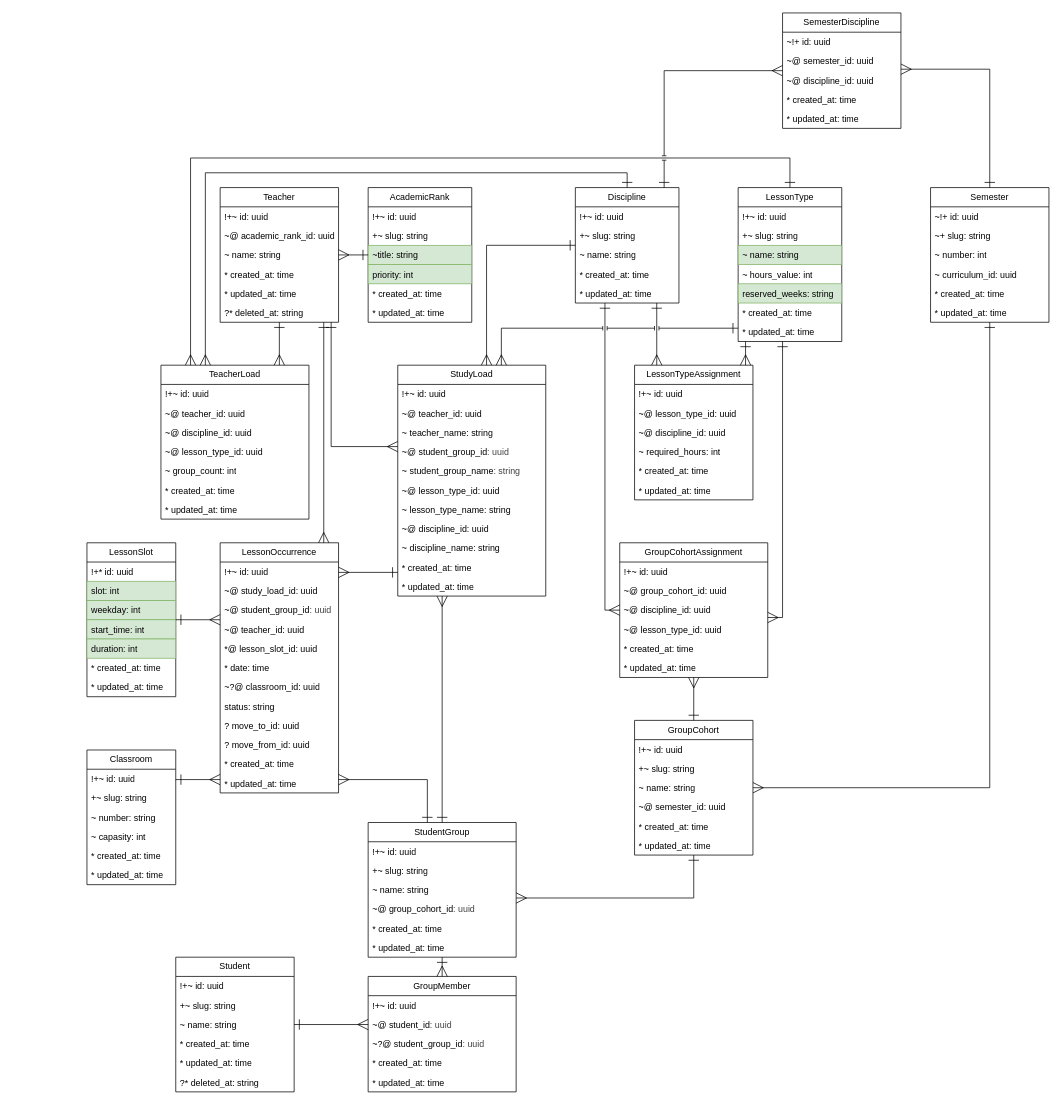
The draw.io diagram page "Schedule" (5 of 12) of docs/entity_relationship.drawio in IrusHunter/duckademic, before the edit. Source tidied: cells renumbered, new cells numbered last; positions are measured from the earlier drawing's top-left corner, leaving out a move shared by most shapes. Both pictures are drawn from the tidied source at 74%, with x=0, y=0 at pixel (87, 13).
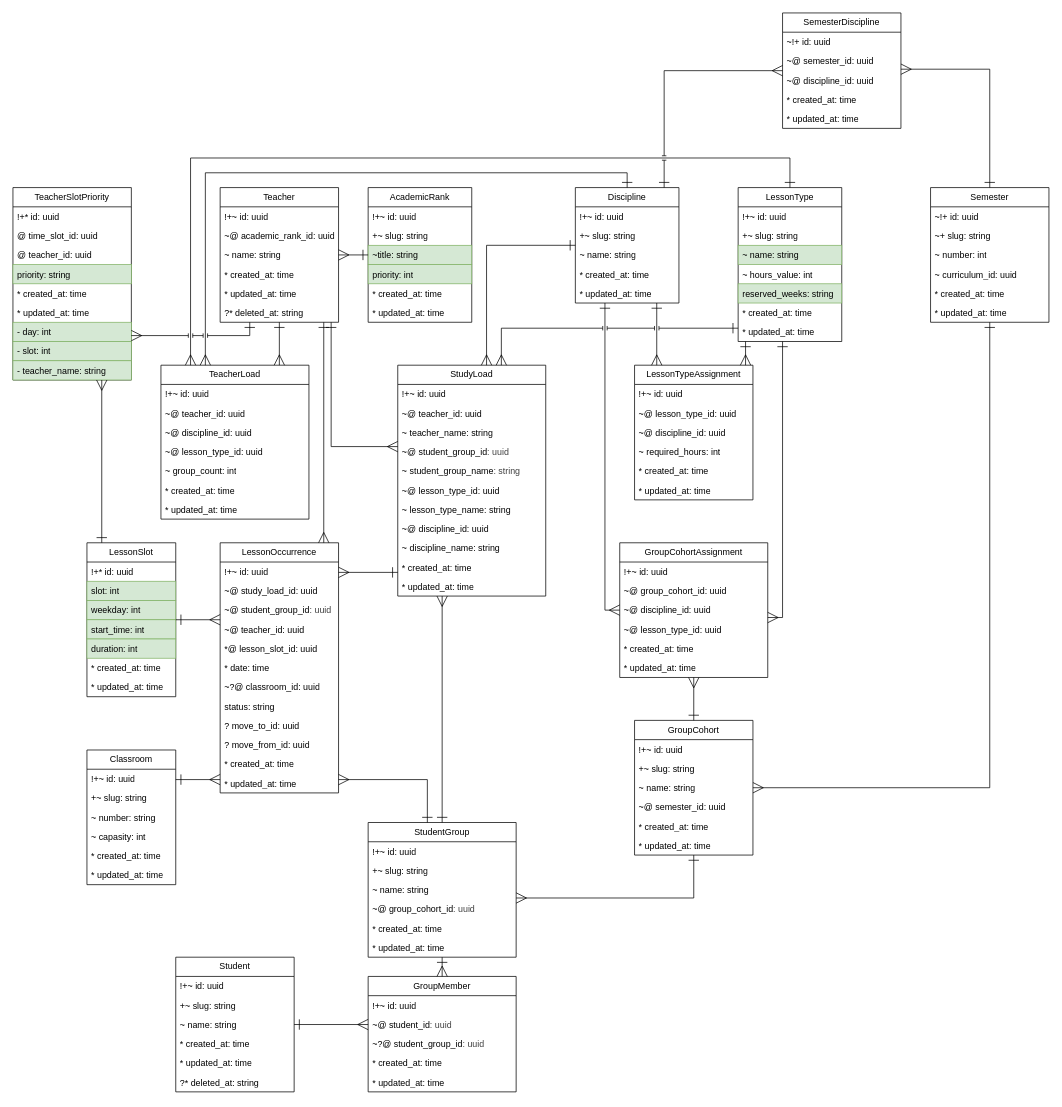
The same diagram, later.

Commit message (it also covers changes not shown here):
add crud operations for teacher slot priority model at schedule generator

The change refers to these unchanged cells:
```xml
<mxCell id="9" value="Teacher" style="swimlane;fontStyle=0;horizontal=1;startSize=26;fillColor=none;whiteSpace=wrap;html=1;" parent="1" vertex="1">
  <mxGeometry x="180" y="236" width="160" height="182" as="geometry" />
</mxCell>
<mxCell id="114" value="LessonSlot" style="swimlane;fontStyle=0;horizontal=1;startSize=26;fillColor=none;whiteSpace=wrap;html=1;" parent="1" vertex="1">
  <mxGeometry y="716" width="120" height="208" as="geometry" />
</mxCell>
```

Diff of the diagram source:
```diff
@@
+    <mxCell id="156" value="TeacherSlotPriority" style="swimlane;fontStyle=0;horizontal=1;startSize=26;fillColor=none;whiteSpace=wrap;html=1;" parent="1" vertex="1">
+      <mxGeometry x="-100" y="236" width="160" height="260" as="geometry" />
+    </mxCell>
+    <mxCell id="157" value="!+* id: uuid" style="text;strokeColor=none;fillColor=none;align=left;verticalAlign=top;spacingLeft=4;spacingRight=4;overflow=hidden;whiteSpace=wrap;html=1;" parent="156" vertex="1">
+      <mxGeometry y="26" width="160" height="26" as="geometry" />
+    </mxCell>
+    <mxCell id="158" value="@ time_slot_id: uuid" style="text;align=left;verticalAlign=top;spacingLeft=4;spacingRight=4;overflow=hidden;whiteSpace=wrap;html=1;" parent="156" vertex="1">
+      <mxGeometry y="52" width="160" height="26" as="geometry" />
+    </mxCell>
+    <mxCell id="159" value="@ teacher_id: uuid" style="text;align=left;verticalAlign=top;spacingLeft=4;spacingRight=4;overflow=hidden;whiteSpace=wrap;html=1;" parent="156" vertex="1">
+      <mxGeometry y="78" width="160" height="26" as="geometry" />
+    </mxCell>
+    <mxCell id="160" value="priority: string" style="text;strokeColor=#82b366;fillColor=#d5e8d4;align=left;verticalAlign=top;spacingLeft=4;spacingRight=4;overflow=hidden;whiteSpace=wrap;html=1;" parent="156" vertex="1">
+      <mxGeometry y="104" width="160" height="26" as="geometry" />
+    </mxCell>
+    <mxCell id="161" value="* created_at: time" style="text;strokeColor=none;fillColor=none;align=left;verticalAlign=top;spacingLeft=4;spacingRight=4;overflow=hidden;whiteSpace=wrap;html=1;" parent="156" vertex="1">
+      <mxGeometry y="130" width="160" height="26" as="geometry" />
+    </mxCell>
+    <mxCell id="162" value="* updated_at: time" style="text;strokeColor=none;fillColor=none;align=left;verticalAlign=top;spacingLeft=4;spacingRight=4;overflow=hidden;whiteSpace=wrap;html=1;" parent="156" vertex="1">
+      <mxGeometry y="156" width="160" height="26" as="geometry" />
+    </mxCell>
+    <mxCell id="163" value="- day: int" style="text;align=left;verticalAlign=top;spacingLeft=4;spacingRight=4;overflow=hidden;whiteSpace=wrap;html=1;fillColor=#d5e8d4;strokeColor=#82b366;" parent="156" vertex="1">
+      <mxGeometry y="182" width="160" height="26" as="geometry" />
+    </mxCell>
+    <mxCell id="164" value="- slot: int" style="text;align=left;verticalAlign=top;spacingLeft=4;spacingRight=4;overflow=hidden;whiteSpace=wrap;html=1;fillColor=#d5e8d4;strokeColor=#82b366;" parent="156" vertex="1">
+      <mxGeometry y="208" width="160" height="26" as="geometry" />
+    </mxCell>
+    <mxCell id="165" value="- teacher_name: string" style="text;align=left;verticalAlign=top;spacingLeft=4;spacingRight=4;overflow=hidden;whiteSpace=wrap;html=1;fillColor=#d5e8d4;strokeColor=#82b366;" parent="156" vertex="1">
+      <mxGeometry y="234" width="160" height="26" as="geometry" />
+    </mxCell>
+    <mxCell id="166" style="edgeStyle=orthogonalEdgeStyle;html=1;startArrow=ERone;startFill=0;endArrow=ERmany;endFill=0;endSize=12;startSize=12;strokeWidth=1;rounded=0;curved=0;jumpStyle=line;" parent="1" edge="1" source="9" target="156">
+      <mxGeometry relative="1" as="geometry">
+        <Array as="points">
+          <mxPoint x="220" y="436" />
+        </Array>
+      </mxGeometry>
+    </mxCell>
+    <mxCell id="167" style="edgeStyle=orthogonalEdgeStyle;html=1;startArrow=ERone;startFill=0;endArrow=ERmany;endFill=0;endSize=12;startSize=12;strokeWidth=1;rounded=0;curved=0;jumpStyle=line;" parent="1" edge="1" source="114" target="156">
+      <mxGeometry relative="1" as="geometry">
+        <Array as="points">
+          <mxPoint x="20" y="636" />
+          <mxPoint x="20" y="636" />
+        </Array>
+      </mxGeometry>
+    </mxCell>
```
